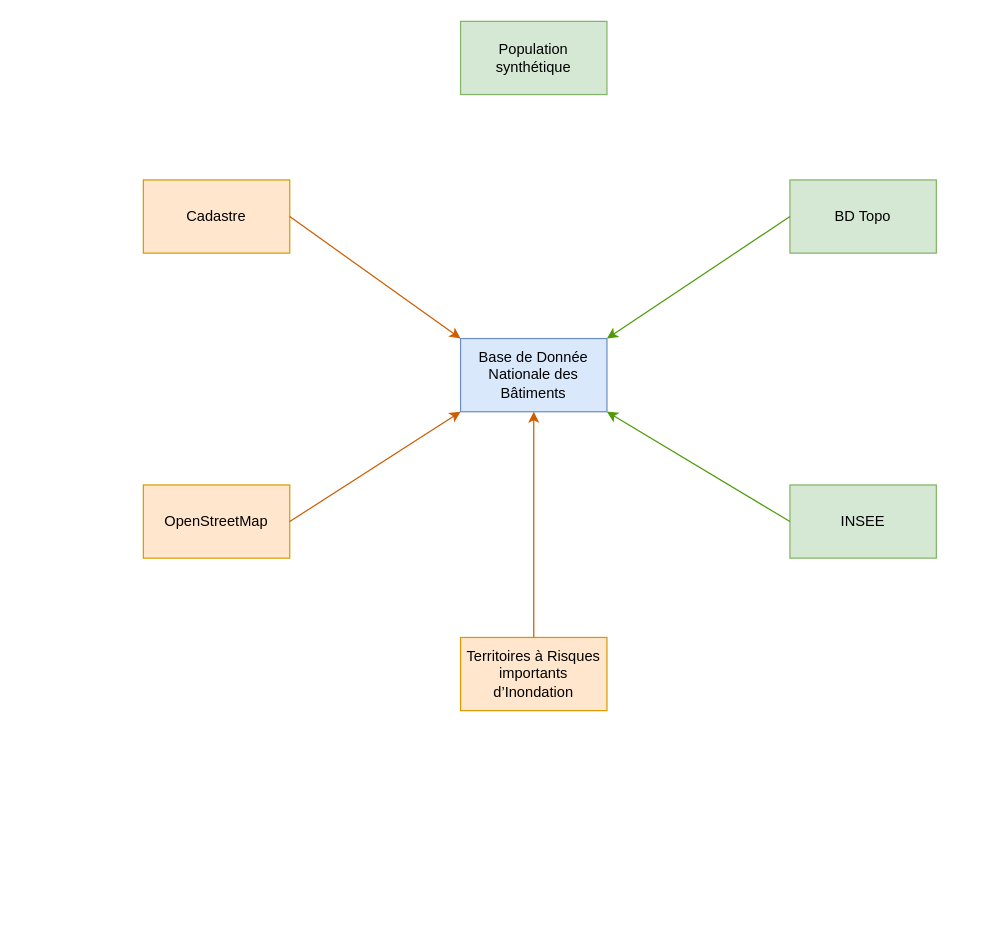
Earlier version of the draw.io diagram liens_entre_bases.drawio (EnzoVenon/Gemini_numeriques). Source tidied: cells renumbered, new cells numbered last; positions are measured from the earlier drawing's top-left corner, leaving out a move shared by most shapes. Both pictures are drawn from the tidied source at 122%, with x=0, y=0 at pixel (143, 21).
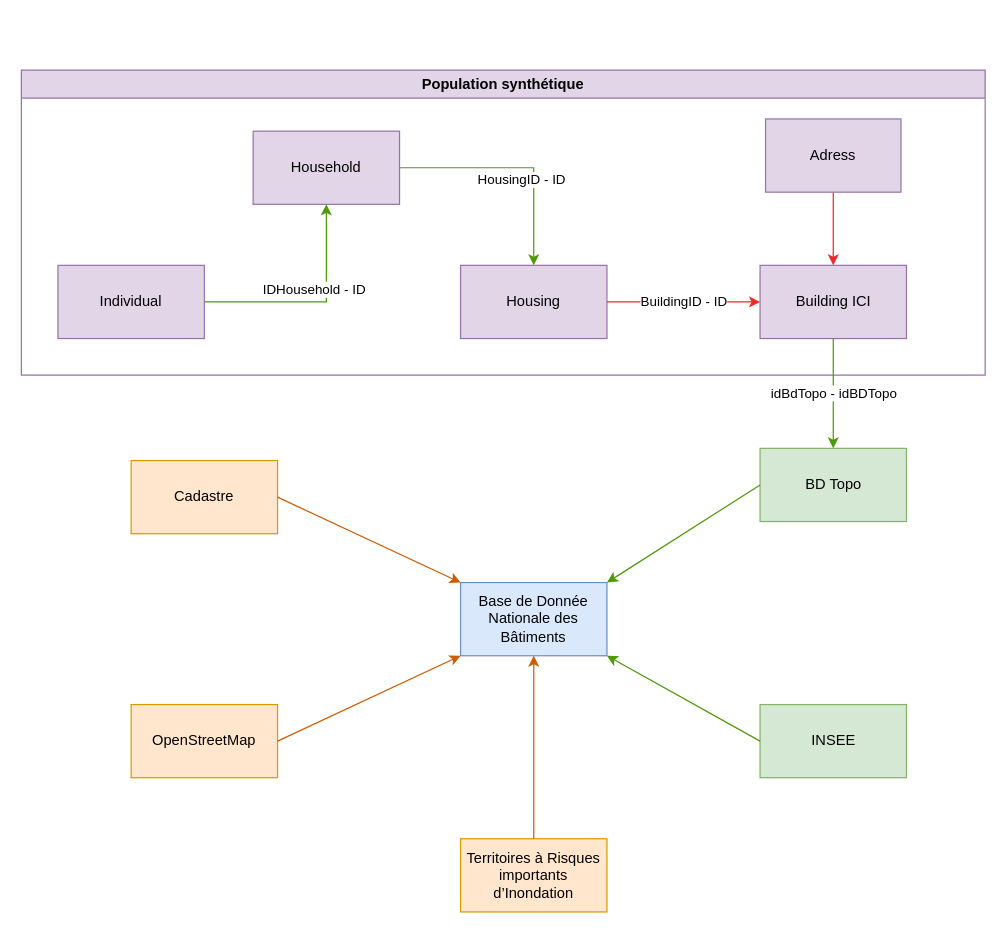
The same diagram, later.

Commit message:
Adding the "Population synthétique"

Change to the diagram source:
```diff
@@
     <mxCell id="2" value="Base de Donnée Nationale des Bâtiments" style="rounded=0;whiteSpace=wrap;html=1;fillColor=#dae8fc;strokeColor=#6c8ebf;" parent="1" vertex="1">
-      <mxGeometry x="260" y="260" width="120" height="60" as="geometry" />
+      <mxGeometry x="260" y="460" width="120" height="60" as="geometry" />
     </mxCell>
-    <mxCell id="3" value="BD Topo" style="rounded=0;whiteSpace=wrap;html=1;fillColor=#d5e8d4;strokeColor=#82b366;" parent="1" vertex="1">
-      <mxGeometry x="530" y="130" width="120" height="60" as="geometry" />
+    <mxCell id="3" value="&lt;div&gt;BD Topo&lt;/div&gt;" style="rounded=0;whiteSpace=wrap;html=1;fillColor=#d5e8d4;strokeColor=#82b366;" parent="1" vertex="1">
+      <mxGeometry x="505.5" y="350" width="120" height="60" as="geometry" />
     </mxCell>
     <mxCell id="4" value="&lt;div&gt;Cadastre&lt;/div&gt;" style="rounded=0;whiteSpace=wrap;html=1;fillColor=#ffe6cc;strokeColor=#d79b00;" parent="1" vertex="1">
-      <mxGeometry y="130" width="120" height="60" as="geometry" />
+      <mxGeometry x="-10" y="360" width="120" height="60" as="geometry" />
     </mxCell>
     <mxCell id="5" value="OpenStreetMap" style="rounded=0;whiteSpace=wrap;html=1;fillColor=#ffe6cc;strokeColor=#d79b00;" parent="1" vertex="1">
-      <mxGeometry y="380" width="120" height="60" as="geometry" />
+      <mxGeometry x="-10" y="560" width="120" height="60" as="geometry" />
     </mxCell>
     <mxCell id="6" value="INSEE" style="rounded=0;whiteSpace=wrap;html=1;fillColor=#d5e8d4;strokeColor=#82b366;" parent="1" vertex="1">
-      <mxGeometry x="530" y="380" width="120" height="60" as="geometry" />
+      <mxGeometry x="505.5" y="560" width="120" height="60" as="geometry" />
     </mxCell>
     <mxCell id="7" value="Territoires à Risques importants d’Inondation" style="rounded=0;whiteSpace=wrap;html=1;fillColor=#ffe6cc;strokeColor=#d79b00;" parent="1" vertex="1">
-      <mxGeometry x="260" y="505" width="120" height="60" as="geometry" />
+      <mxGeometry x="260" y="670" width="120" height="60" as="geometry" />
     </mxCell>
-    <mxCell id="8" value="Population synthétique" style="rounded=0;whiteSpace=wrap;html=1;fillColor=#d5e8d4;strokeColor=#82b366;" parent="1" vertex="1">
-      <mxGeometry x="260" width="120" height="60" as="geometry" />
-    </mxCell>
@@
+    <mxCell id="8" value="Population synthétique" style="swimlane;whiteSpace=wrap;html=1;fillColor=#e1d5e7;strokeColor=#9673a6;" parent="1" vertex="1">
+      <mxGeometry x="-100" y="40" width="790" height="250" as="geometry" />
+    </mxCell>
+    <mxCell id="14" value="Building ICI" style="rounded=0;whiteSpace=wrap;html=1;fillColor=#e1d5e7;strokeColor=#9673a6;" parent="8" vertex="1">
+      <mxGeometry x="605.5" y="160" width="120" height="60" as="geometry" />
+    </mxCell>
+    <mxCell id="15" value="BuildingID - ID" style="edgeStyle=orthogonalEdgeStyle;rounded=0;jettySize=auto;html=1;exitX=1;exitY=0.5;exitDx=0;exitDy=0;entryX=0;entryY=0.5;entryDx=0;entryDy=0;strokeColor=#ef2929;" parent="8" edge="1" source="16" target="14">
+      <mxGeometry relative="1" as="geometry" />
+    </mxCell>
+    <mxCell id="16" value="Housing" style="rounded=0;whiteSpace=wrap;html=1;fillColor=#e1d5e7;strokeColor=#9673a6;" parent="8" vertex="1">
+      <mxGeometry x="360" y="160" width="120" height="60" as="geometry" />
+    </mxCell>
+    <mxCell id="17" value="HousingID - ID" style="edgeStyle=orthogonalEdgeStyle;rounded=0;jettySize=auto;html=1;exitX=1;exitY=0.5;exitDx=0;exitDy=0;entryX=0.5;entryY=0;entryDx=0;entryDy=0;strokeColor=#4e9a06;" parent="8" edge="1" source="18" target="16">
+      <mxGeometry x="0.26" y="-10" relative="1" as="geometry" />
+    </mxCell>
+    <mxCell id="18" value="Household" style="rounded=0;whiteSpace=wrap;html=1;fillColor=#e1d5e7;strokeColor=#9673a6;" parent="8" vertex="1">
+      <mxGeometry x="190" y="50" width="120" height="60" as="geometry" />
+    </mxCell>
+    <mxCell id="19" value="IDHousehold - ID" style="edgeStyle=orthogonalEdgeStyle;rounded=0;jettySize=auto;html=1;exitX=1;exitY=0.5;exitDx=0;exitDy=0;entryX=0.5;entryY=1;entryDx=0;entryDy=0;strokeColor=#4E9A06;" parent="8" edge="1" source="20" target="18">
+      <mxGeometry x="0.22" y="10" relative="1" as="geometry" />
+    </mxCell>
+    <mxCell id="20" value="Individual" style="rounded=0;whiteSpace=wrap;html=1;fillColor=#e1d5e7;strokeColor=#9673a6;" parent="8" vertex="1">
+      <mxGeometry x="30" y="160" width="120" height="60" as="geometry" />
+    </mxCell>
+    <mxCell id="21" style="edgeStyle=orthogonalEdgeStyle;rounded=0;jettySize=auto;html=1;exitX=0.5;exitY=1;exitDx=0;exitDy=0;strokeColor=#ef2929;" parent="8" edge="1" source="22" target="14">
+      <mxGeometry relative="1" as="geometry" />
+    </mxCell>
+    <mxCell id="22" value="Adress" style="rounded=0;whiteSpace=wrap;html=1;fillColor=#e1d5e7;strokeColor=#9673a6;" parent="8" vertex="1">
+      <mxGeometry x="610" y="40" width="111" height="60" as="geometry" />
+    </mxCell>
+    <mxCell id="23" value="&lt;div&gt;idBdTopo - idBDTopo&lt;/div&gt;" style="edgeStyle=orthogonalEdgeStyle;rounded=0;jettySize=auto;html=1;exitX=0.5;exitY=1;exitDx=0;exitDy=0;entryX=0.5;entryY=0;entryDx=0;entryDy=0;strokeColor=#4e9a06;" parent="1" edge="1" source="14" target="3">
+      <mxGeometry relative="1" as="geometry" />
+    </mxCell>
```
